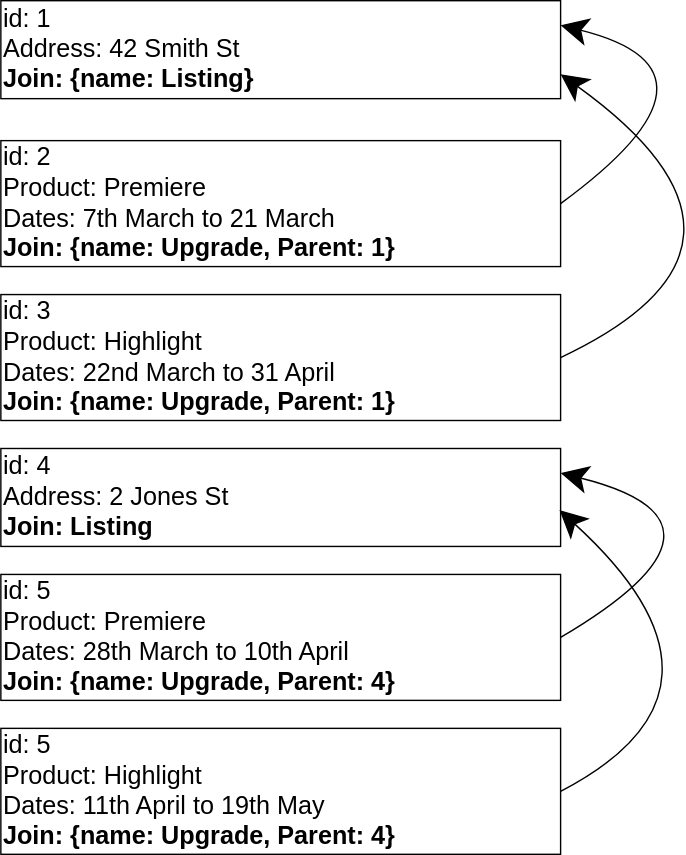
This is 06-relationship-diagrams/ParentChild.svg from davidbkemp/advanced-elasticsearch-training, a draw.io export, as it was before one commit. Source tidied: cells renumbered, new cells last; positions are measured from the earlier drawing's top-left corner, leaving out a move shared by most shapes.
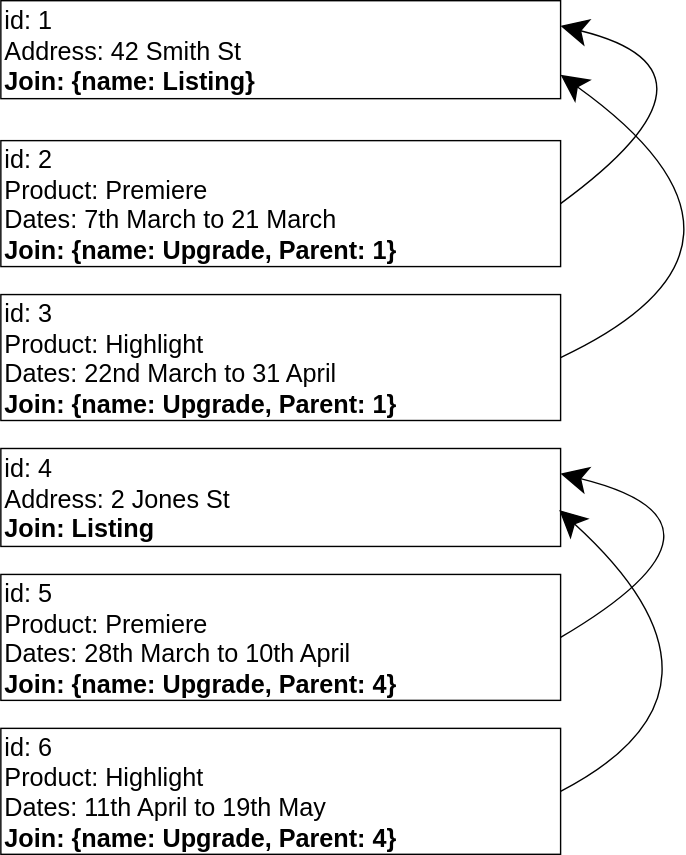
Above is the later version.

Commit message:
Fix Parent/Child diagram and simplify child centre feed script

The diagram had two upgrades with the same document id.

The feeder script is a little simpler this way.  The ` ||:` prevents the script from failing if the index it is trying to delete doesn't actually exist.

What changed in the source:
```diff
@@ -17,7 +17,7 @@
     <mxCell id="6" value="id: 5&lt;br style=&quot;font-size: 18px&quot;&gt;Product: Premiere&lt;br style=&quot;font-size: 18px&quot;&gt;Dates: 28th March to 10th April&amp;nbsp;&lt;br style=&quot;font-size: 18px&quot;&gt;&lt;b&gt;Join: {name: Upgrade, Parent: 4}&lt;/b&gt;" style="rounded=0;whiteSpace=wrap;html=1;fontSize=18;align=left;" parent="1" vertex="1">
       <mxGeometry y="410" width="400" height="90" as="geometry" />
     </mxCell>
-    <mxCell id="7" value="id: 5&lt;br style=&quot;font-size: 18px&quot;&gt;Product: Highlight&lt;br style=&quot;font-size: 18px&quot;&gt;Dates: 11th April to 19th May&amp;nbsp;&lt;br style=&quot;font-size: 18px&quot;&gt;&lt;b&gt;Join: {name: Upgrade, Parent: 4}&lt;/b&gt;" style="rounded=0;whiteSpace=wrap;html=1;fontSize=18;align=left;" parent="1" vertex="1">
+    <mxCell id="7" value="id: 6&lt;br style=&quot;font-size: 18px&quot;&gt;Product: Highlight&lt;br style=&quot;font-size: 18px&quot;&gt;Dates: 11th April to 19th May&amp;nbsp;&lt;br style=&quot;font-size: 18px&quot;&gt;&lt;b&gt;Join: {name: Upgrade, Parent: 4}&lt;/b&gt;" style="rounded=0;whiteSpace=wrap;html=1;fontSize=18;align=left;" parent="1" vertex="1">
       <mxGeometry y="520" width="400" height="90" as="geometry" />
     </mxCell>
     <mxCell id="8" style="edgeStyle=orthogonalEdgeStyle;rounded=0;orthogonalLoop=1;jettySize=auto;html=1;exitX=0.5;exitY=1;exitDx=0;exitDy=0;fontSize=18;" parent="1" edge="1" source="6" target="6">
```
